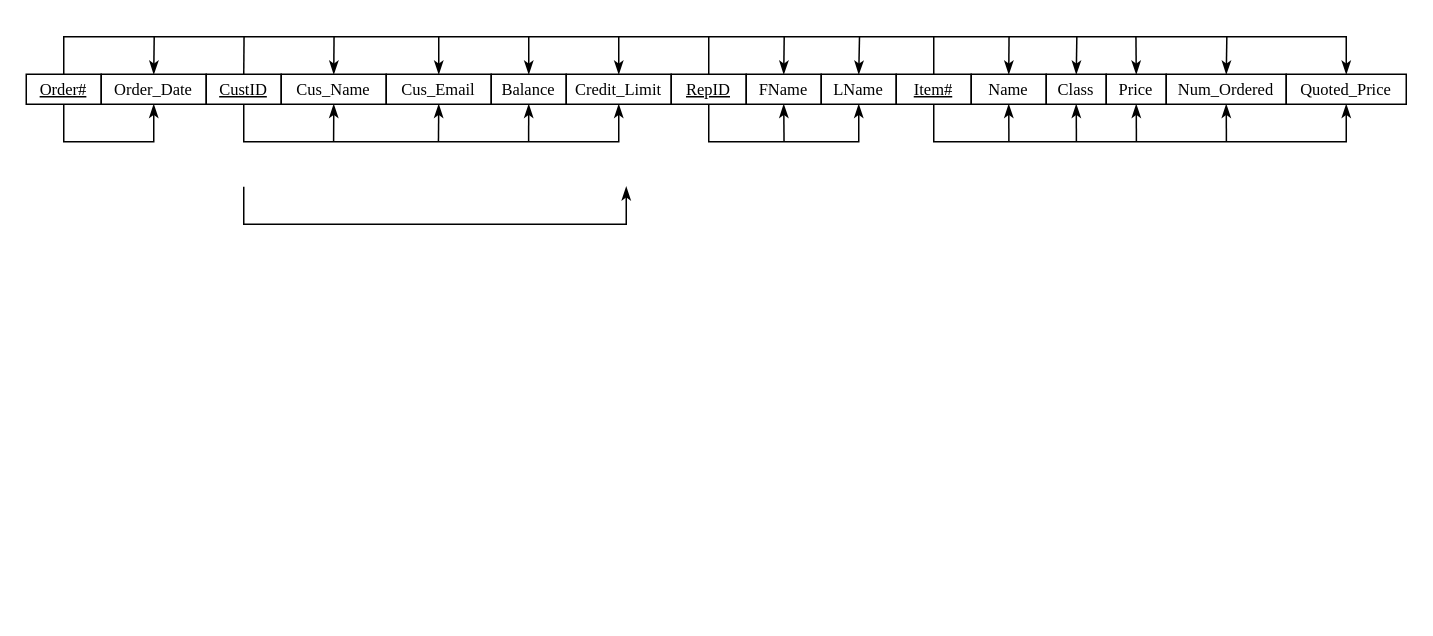
Above: DBMS_HW3.drawio in AlexZhengLiu/DBMS_ER_PICS (draw.io), before the change. Source tidied: cells renumbered, new cells numbered last; positions are measured from the earlier drawing's top-left corner, leaving out a move shared by most shapes. Both pictures are drawn from the tidied source at 150%, with x=0, y=0 at pixel (26, 36).
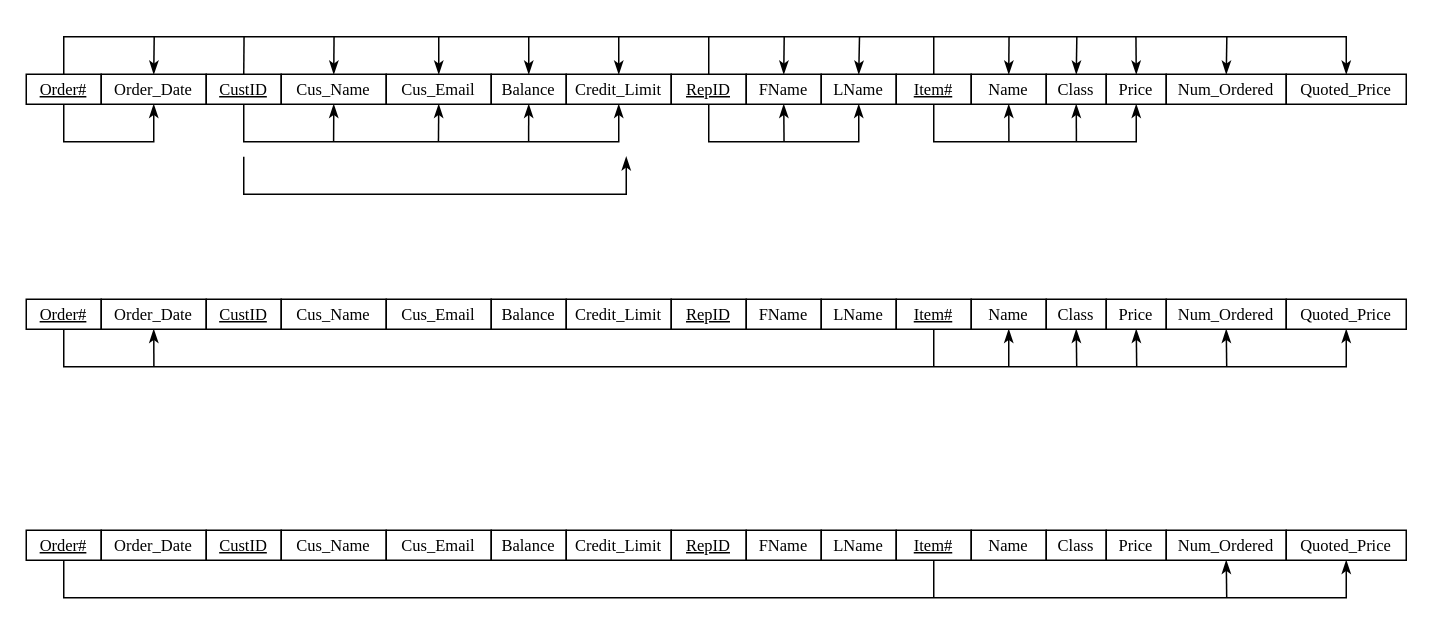
After the change.

Unchanged cells that the change refers to:
```xml
<mxCell id="4" value="&lt;font style=&quot;font-size: 11px;&quot; face=&quot;Times New Roman&quot;&gt;&lt;u&gt;Order#&lt;/u&gt;&lt;/font&gt;" style="rounded=0;whiteSpace=wrap;html=1;" parent="1" vertex="1">
  <mxGeometry y="25" width="50" height="20" as="geometry" />
</mxCell>
<mxCell id="31" value="&lt;font style=&quot;font-size: 11px;&quot; face=&quot;Times New Roman&quot;&gt;&lt;u&gt;Item#&lt;/u&gt;&lt;/font&gt;" style="rounded=0;whiteSpace=wrap;html=1;" parent="1" vertex="1">
  <mxGeometry x="580" y="25" width="50" height="20" as="geometry" />
</mxCell>
<mxCell id="40" value="&lt;font style=&quot;font-size: 11px;&quot; face=&quot;Times New Roman&quot;&gt;Price&lt;/font&gt;" style="rounded=0;whiteSpace=wrap;html=1;" parent="1" vertex="1">
  <mxGeometry x="720" y="25" width="40" height="20" as="geometry" />
</mxCell>
<mxCell id="43" value="&lt;font style=&quot;font-size: 11px;&quot; face=&quot;Times New Roman&quot;&gt;Num_Ordered&lt;/font&gt;" style="rounded=0;whiteSpace=wrap;html=1;" parent="1" vertex="1">
  <mxGeometry x="760" y="25" width="80" height="20" as="geometry" />
</mxCell>
<mxCell id="44" value="&lt;font style=&quot;font-size: 11px;&quot; face=&quot;Times New Roman&quot;&gt;Quoted_Price&lt;/font&gt;" style="rounded=0;whiteSpace=wrap;html=1;" parent="1" vertex="1">
  <mxGeometry x="840" y="25" width="80" height="20" as="geometry" />
</mxCell>
```

What changed in the source:
```diff
@@
-    <mxCell id="2" style="edgeStyle=orthogonalEdgeStyle;rounded=0;jettySize=auto;html=1;exitX=0.5;exitY=0;exitDx=0;exitDy=0;fontFamily=Times New Roman;fontSize=11;endArrow=classicThin;endFill=1;entryX=0.5;entryY=0;entryDx=0;entryDy=0;" parent="1" edge="1" source="4" target="44">
+    <mxCell id="2" style="edgeStyle=orthogonalEdgeStyle;rounded=0;jettySize=auto;html=1;exitX=0.5;exitY=0;exitDx=0;exitDy=0;fontFamily=Times New Roman;fontSize=11;endArrow=classicThin;endFill=1;entryX=0.5;entryY=0;entryDx=0;entryDy=0;startArrow=none;startFill=0;" parent="1" edge="1" source="4" target="44">
       <mxGeometry relative="1" as="geometry">
         <Array as="points">
           <mxPoint x="25" />
           <mxPoint x="880" />
         </Array>
       </mxGeometry>
     </mxCell>
@@
-    <mxCell id="30" style="edgeStyle=orthogonalEdgeStyle;rounded=0;jettySize=auto;html=1;exitX=0.5;exitY=1;exitDx=0;exitDy=0;entryX=0.5;entryY=1;entryDx=0;entryDy=0;fontFamily=Times New Roman;fontSize=11;startArrow=none;startFill=0;endArrow=classicThin;endFill=1;" parent="1" edge="1" source="31" target="44">
-      <mxGeometry relative="1" as="geometry">
-        <Array as="points">
-          <mxPoint x="605" y="70" />
-          <mxPoint x="880" y="70" />
-        </Array>
-      </mxGeometry>
-    </mxCell>
+    <mxCell id="46" style="edgeStyle=orthogonalEdgeStyle;rounded=0;jettySize=auto;html=1;exitX=0.5;exitY=1;exitDx=0;exitDy=0;entryX=0.5;entryY=1;entryDx=0;entryDy=0;fontFamily=Times New Roman;fontSize=11;startArrow=none;startFill=0;endArrow=classicThin;endFill=1;" parent="1" edge="1" source="31" target="40">
+      <mxGeometry relative="1" as="geometry">
+        <Array as="points">
+          <mxPoint x="605" y="70" />
+          <mxPoint x="740" y="70" />
+        </Array>
+      </mxGeometry>
+    </mxCell>
@@
-    <mxCell id="39" style="edgeStyle=orthogonalEdgeStyle;rounded=0;jettySize=auto;html=1;exitX=0.5;exitY=1;exitDx=0;exitDy=0;fontFamily=Times New Roman;fontSize=11;startArrow=classicThin;startFill=1;endArrow=none;endFill=0;" parent="1" edge="1" source="40">
-      <mxGeometry relative="1" as="geometry">
-        <mxPoint x="740.1" y="70" as="targetPoint" />
-      </mxGeometry>
-    </mxCell>
@@
-    <mxCell id="42" style="edgeStyle=orthogonalEdgeStyle;rounded=0;jettySize=auto;html=1;exitX=0.5;exitY=1;exitDx=0;exitDy=0;fontFamily=Times New Roman;fontSize=11;startArrow=classicThin;startFill=1;endArrow=none;endFill=0;" parent="1" edge="1" source="43">
-      <mxGeometry relative="1" as="geometry">
-        <mxPoint x="800.1" y="70" as="targetPoint" />
-      </mxGeometry>
-    </mxCell>
@@
     <mxCell id="45" style="edgeStyle=orthogonalEdgeStyle;rounded=0;orthogonalLoop=1;jettySize=auto;html=1;fontFamily=Times New Roman;fontSize=11;startArrow=none;startFill=0;endArrow=classicThin;endFill=1;" parent="1" edge="1">
       <mxGeometry relative="1" as="geometry">
-        <mxPoint x="145" y="100" as="sourcePoint" />
-        <mxPoint x="400" y="100" as="targetPoint" />
+        <mxPoint x="145" y="80" as="sourcePoint" />
+        <mxPoint x="400" y="80" as="targetPoint" />
         <Array as="points">
-          <mxPoint x="145" y="125" />
-          <mxPoint x="400" y="125" />
-          <mxPoint x="400" y="100" />
+          <mxPoint x="145" y="105" />
+          <mxPoint x="400" y="105" />
+          <mxPoint x="400" y="80" />
         </Array>
       </mxGeometry>
     </mxCell>
+    <mxCell id="47" style="edgeStyle=orthogonalEdgeStyle;rounded=0;jettySize=auto;html=1;exitX=0.5;exitY=1;exitDx=0;exitDy=0;entryX=0.5;entryY=1;entryDx=0;entryDy=0;fontFamily=Times New Roman;fontSize=11;startArrow=none;startFill=0;endArrow=classicThin;endFill=1;" parent="1" edge="1" source="48" target="69">
+      <mxGeometry relative="1" as="geometry">
+        <Array as="points">
+          <mxPoint x="25" y="220" />
+          <mxPoint x="880" y="220" />
+        </Array>
+      </mxGeometry>
+    </mxCell>
+    <mxCell id="48" value="&lt;font style=&quot;font-size: 11px;&quot; face=&quot;Times New Roman&quot;&gt;&lt;u&gt;Order#&lt;/u&gt;&lt;/font&gt;" style="rounded=0;whiteSpace=wrap;html=1;" parent="1" vertex="1">
+      <mxGeometry y="175" width="50" height="20" as="geometry" />
+    </mxCell>
+    <mxCell id="49" style="edgeStyle=orthogonalEdgeStyle;rounded=0;jettySize=auto;html=1;exitX=0.5;exitY=1;exitDx=0;exitDy=0;fontFamily=Times New Roman;fontSize=11;startArrow=classicThin;startFill=1;endArrow=none;endFill=0;" parent="1" edge="1" source="50">
+      <mxGeometry relative="1" as="geometry">
+        <mxPoint x="85.1" y="220" as="targetPoint" />
+      </mxGeometry>
+    </mxCell>
+    <mxCell id="50" value="&lt;font style=&quot;font-size: 11px;&quot; face=&quot;Times New Roman&quot;&gt;Order_Date&lt;/font&gt;" style="rounded=0;whiteSpace=wrap;html=1;" parent="1" vertex="1">
+      <mxGeometry x="50" y="175" width="70" height="20" as="geometry" />
+    </mxCell>
+    <mxCell id="51" value="&lt;font style=&quot;font-size: 11px;&quot; face=&quot;Times New Roman&quot;&gt;&lt;u&gt;CustID&lt;/u&gt;&lt;/font&gt;" style="rounded=0;whiteSpace=wrap;html=1;" parent="1" vertex="1">
+      <mxGeometry x="120" y="175" width="50" height="20" as="geometry" />
+    </mxCell>
+    <mxCell id="52" value="&lt;font style=&quot;font-size: 11px;&quot; face=&quot;Times New Roman&quot;&gt;Cus_Name&lt;/font&gt;" style="rounded=0;whiteSpace=wrap;html=1;" parent="1" vertex="1">
+      <mxGeometry x="170" y="175" width="70" height="20" as="geometry" />
+    </mxCell>
+    <mxCell id="53" value="&lt;font style=&quot;font-size: 11px;&quot; face=&quot;Times New Roman&quot;&gt;Cus_Email&lt;/font&gt;" style="rounded=0;whiteSpace=wrap;html=1;" parent="1" vertex="1">
+      <mxGeometry x="240" y="175" width="70" height="20" as="geometry" />
+    </mxCell>
+    <mxCell id="54" value="&lt;font style=&quot;font-size: 11px;&quot; face=&quot;Times New Roman&quot;&gt;Balance&lt;/font&gt;" style="rounded=0;whiteSpace=wrap;html=1;" parent="1" vertex="1">
+      <mxGeometry x="310" y="175" width="50" height="20" as="geometry" />
+    </mxCell>
+    <mxCell id="55" value="&lt;font style=&quot;font-size: 11px;&quot; face=&quot;Times New Roman&quot;&gt;Credit_Limit&lt;/font&gt;" style="rounded=0;whiteSpace=wrap;html=1;" parent="1" vertex="1">
+      <mxGeometry x="360" y="175" width="70" height="20" as="geometry" />
+    </mxCell>
+    <mxCell id="56" value="&lt;font style=&quot;font-size: 11px;&quot; face=&quot;Times New Roman&quot;&gt;&lt;u&gt;RepID&lt;/u&gt;&lt;/font&gt;" style="rounded=0;whiteSpace=wrap;html=1;" parent="1" vertex="1">
+      <mxGeometry x="430" y="175" width="50" height="20" as="geometry" />
+    </mxCell>
+    <mxCell id="57" value="&lt;font style=&quot;font-size: 11px;&quot; face=&quot;Times New Roman&quot;&gt;FName&lt;/font&gt;" style="rounded=0;whiteSpace=wrap;html=1;" parent="1" vertex="1">
+      <mxGeometry x="480" y="175" width="50" height="20" as="geometry" />
+    </mxCell>
+    <mxCell id="58" value="&lt;font style=&quot;font-size: 11px;&quot; face=&quot;Times New Roman&quot;&gt;LName&lt;/font&gt;" style="rounded=0;whiteSpace=wrap;html=1;" parent="1" vertex="1">
+      <mxGeometry x="530" y="175" width="50" height="20" as="geometry" />
+    </mxCell>
+    <mxCell id="59" style="edgeStyle=orthogonalEdgeStyle;rounded=0;jettySize=auto;html=1;exitX=0.5;exitY=1;exitDx=0;exitDy=0;fontFamily=Times New Roman;fontSize=11;startArrow=none;startFill=0;endArrow=none;endFill=0;" parent="1" edge="1" source="60">
+      <mxGeometry relative="1" as="geometry">
+        <mxPoint x="605" y="220" as="targetPoint" />
+      </mxGeometry>
+    </mxCell>
+    <mxCell id="60" value="&lt;font style=&quot;font-size: 11px;&quot; face=&quot;Times New Roman&quot;&gt;&lt;u&gt;Item#&lt;/u&gt;&lt;/font&gt;" style="rounded=0;whiteSpace=wrap;html=1;" parent="1" vertex="1">
+      <mxGeometry x="580" y="175" width="50" height="20" as="geometry" />
+    </mxCell>
+    <mxCell id="61" style="edgeStyle=orthogonalEdgeStyle;rounded=0;jettySize=auto;html=1;exitX=0.5;exitY=1;exitDx=0;exitDy=0;fontFamily=Times New Roman;fontSize=11;startArrow=classicThin;startFill=1;endArrow=none;endFill=0;" parent="1" edge="1" source="62">
+      <mxGeometry relative="1" as="geometry">
+        <mxPoint x="655" y="220" as="targetPoint" />
+      </mxGeometry>
+    </mxCell>
+    <mxCell id="62" value="&lt;font style=&quot;font-size: 11px;&quot; face=&quot;Times New Roman&quot;&gt;Name&lt;/font&gt;" style="rounded=0;whiteSpace=wrap;html=1;" parent="1" vertex="1">
+      <mxGeometry x="630" y="175" width="50" height="20" as="geometry" />
+    </mxCell>
+    <mxCell id="63" style="edgeStyle=orthogonalEdgeStyle;rounded=0;jettySize=auto;html=1;exitX=0.5;exitY=1;exitDx=0;exitDy=0;fontFamily=Times New Roman;fontSize=11;startArrow=classicThin;startFill=1;endArrow=none;endFill=0;" parent="1" edge="1" source="64">
+      <mxGeometry relative="1" as="geometry">
+        <mxPoint x="700.3" y="220" as="targetPoint" />
+      </mxGeometry>
+    </mxCell>
+    <mxCell id="64" value="&lt;font style=&quot;font-size: 11px;&quot; face=&quot;Times New Roman&quot;&gt;Class&lt;/font&gt;" style="rounded=0;whiteSpace=wrap;html=1;" parent="1" vertex="1">
+      <mxGeometry x="680" y="175" width="40" height="20" as="geometry" />
+    </mxCell>
+    <mxCell id="65" style="edgeStyle=orthogonalEdgeStyle;rounded=0;jettySize=auto;html=1;exitX=0.5;exitY=1;exitDx=0;exitDy=0;fontFamily=Times New Roman;fontSize=11;startArrow=classicThin;startFill=1;endArrow=none;endFill=0;" parent="1" edge="1" source="66">
+      <mxGeometry relative="1" as="geometry">
+        <mxPoint x="740.3" y="220" as="targetPoint" />
+      </mxGeometry>
+    </mxCell>
+    <mxCell id="66" value="&lt;font style=&quot;font-size: 11px;&quot; face=&quot;Times New Roman&quot;&gt;Price&lt;/font&gt;" style="rounded=0;whiteSpace=wrap;html=1;" parent="1" vertex="1">
+      <mxGeometry x="720" y="175" width="40" height="20" as="geometry" />
+    </mxCell>
+    <mxCell id="67" style="edgeStyle=orthogonalEdgeStyle;rounded=0;jettySize=auto;html=1;exitX=0.5;exitY=1;exitDx=0;exitDy=0;fontFamily=Times New Roman;fontSize=11;startArrow=classicThin;startFill=1;endArrow=none;endFill=0;" parent="1" edge="1" source="68">
+      <mxGeometry relative="1" as="geometry">
+        <mxPoint x="800.3" y="220" as="targetPoint" />
+      </mxGeometry>
+    </mxCell>
+    <mxCell id="68" value="&lt;font style=&quot;font-size: 11px;&quot; face=&quot;Times New Roman&quot;&gt;Num_Ordered&lt;/font&gt;" style="rounded=0;whiteSpace=wrap;html=1;" parent="1" vertex="1">
+      <mxGeometry x="760" y="175" width="80" height="20" as="geometry" />
+    </mxCell>
+    <mxCell id="69" value="&lt;font style=&quot;font-size: 11px;&quot; face=&quot;Times New Roman&quot;&gt;Quoted_Price&lt;/font&gt;" style="rounded=0;whiteSpace=wrap;html=1;" parent="1" vertex="1">
+      <mxGeometry x="840" y="175" width="80" height="20" as="geometry" />
+    </mxCell>
+    <mxCell id="70" style="edgeStyle=orthogonalEdgeStyle;rounded=0;jettySize=auto;html=1;exitX=0.5;exitY=1;exitDx=0;exitDy=0;entryX=0.5;entryY=1;entryDx=0;entryDy=0;fontFamily=Times New Roman;fontSize=11;startArrow=none;startFill=0;endArrow=classicThin;endFill=1;" parent="1" edge="1" source="71" target="88">
+      <mxGeometry relative="1" as="geometry">
+        <Array as="points">
+          <mxPoint x="25" y="374" />
+          <mxPoint x="880" y="374" />
+        </Array>
+      </mxGeometry>
+    </mxCell>
+    <mxCell id="71" value="&lt;font style=&quot;font-size: 11px;&quot; face=&quot;Times New Roman&quot;&gt;&lt;u&gt;Order#&lt;/u&gt;&lt;/font&gt;" style="rounded=0;whiteSpace=wrap;html=1;" parent="1" vertex="1">
+      <mxGeometry y="329" width="50" height="20" as="geometry" />
+    </mxCell>
+    <mxCell id="72" value="&lt;font style=&quot;font-size: 11px;&quot; face=&quot;Times New Roman&quot;&gt;Order_Date&lt;/font&gt;" style="rounded=0;whiteSpace=wrap;html=1;" parent="1" vertex="1">
+      <mxGeometry x="50" y="329" width="70" height="20" as="geometry" />
+    </mxCell>
+    <mxCell id="73" value="&lt;font style=&quot;font-size: 11px;&quot; face=&quot;Times New Roman&quot;&gt;&lt;u&gt;CustID&lt;/u&gt;&lt;/font&gt;" style="rounded=0;whiteSpace=wrap;html=1;" parent="1" vertex="1">
+      <mxGeometry x="120" y="329" width="50" height="20" as="geometry" />
+    </mxCell>
+    <mxCell id="74" value="&lt;font style=&quot;font-size: 11px;&quot; face=&quot;Times New Roman&quot;&gt;Cus_Name&lt;/font&gt;" style="rounded=0;whiteSpace=wrap;html=1;" parent="1" vertex="1">
+      <mxGeometry x="170" y="329" width="70" height="20" as="geometry" />
+    </mxCell>
+    <mxCell id="75" value="&lt;font style=&quot;font-size: 11px;&quot; face=&quot;Times New Roman&quot;&gt;Cus_Email&lt;/font&gt;" style="rounded=0;whiteSpace=wrap;html=1;" parent="1" vertex="1">
+      <mxGeometry x="240" y="329" width="70" height="20" as="geometry" />
+    </mxCell>
+    <mxCell id="76" value="&lt;font style=&quot;font-size: 11px;&quot; face=&quot;Times New Roman&quot;&gt;Balance&lt;/font&gt;" style="rounded=0;whiteSpace=wrap;html=1;" parent="1" vertex="1">
+      <mxGeometry x="310" y="329" width="50" height="20" as="geometry" />
+    </mxCell>
+    <mxCell id="77" value="&lt;font style=&quot;font-size: 11px;&quot; face=&quot;Times New Roman&quot;&gt;Credit_Limit&lt;/font&gt;" style="rounded=0;whiteSpace=wrap;html=1;" parent="1" vertex="1">
+      <mxGeometry x="360" y="329" width="70" height="20" as="geometry" />
+    </mxCell>
+    <mxCell id="78" value="&lt;font style=&quot;font-size: 11px;&quot; face=&quot;Times New Roman&quot;&gt;&lt;u&gt;RepID&lt;/u&gt;&lt;/font&gt;" style="rounded=0;whiteSpace=wrap;html=1;" parent="1" vertex="1">
+      <mxGeometry x="430" y="329" width="50" height="20" as="geometry" />
+    </mxCell>
+    <mxCell id="79" value="&lt;font style=&quot;font-size: 11px;&quot; face=&quot;Times New Roman&quot;&gt;FName&lt;/font&gt;" style="rounded=0;whiteSpace=wrap;html=1;" parent="1" vertex="1">
+      <mxGeometry x="480" y="329" width="50" height="20" as="geometry" />
+    </mxCell>
+    <mxCell id="80" value="&lt;font style=&quot;font-size: 11px;&quot; face=&quot;Times New Roman&quot;&gt;LName&lt;/font&gt;" style="rounded=0;whiteSpace=wrap;html=1;" parent="1" vertex="1">
+      <mxGeometry x="530" y="329" width="50" height="20" as="geometry" />
+    </mxCell>
+    <mxCell id="81" style="edgeStyle=orthogonalEdgeStyle;rounded=0;jettySize=auto;html=1;exitX=0.5;exitY=1;exitDx=0;exitDy=0;fontFamily=Times New Roman;fontSize=11;startArrow=none;startFill=0;endArrow=none;endFill=0;" parent="1" edge="1" source="82">
+      <mxGeometry relative="1" as="geometry">
+        <mxPoint x="605" y="374" as="targetPoint" />
+      </mxGeometry>
+    </mxCell>
+    <mxCell id="82" value="&lt;font style=&quot;font-size: 11px;&quot; face=&quot;Times New Roman&quot;&gt;&lt;u&gt;Item#&lt;/u&gt;&lt;/font&gt;" style="rounded=0;whiteSpace=wrap;html=1;" parent="1" vertex="1">
+      <mxGeometry x="580" y="329" width="50" height="20" as="geometry" />
+    </mxCell>
+    <mxCell id="83" value="&lt;font style=&quot;font-size: 11px;&quot; face=&quot;Times New Roman&quot;&gt;Name&lt;/font&gt;" style="rounded=0;whiteSpace=wrap;html=1;" parent="1" vertex="1">
+      <mxGeometry x="630" y="329" width="50" height="20" as="geometry" />
+    </mxCell>
+    <mxCell id="84" value="&lt;font style=&quot;font-size: 11px;&quot; face=&quot;Times New Roman&quot;&gt;Class&lt;/font&gt;" style="rounded=0;whiteSpace=wrap;html=1;" parent="1" vertex="1">
+      <mxGeometry x="680" y="329" width="40" height="20" as="geometry" />
+    </mxCell>
+    <mxCell id="85" value="&lt;font style=&quot;font-size: 11px;&quot; face=&quot;Times New Roman&quot;&gt;Price&lt;/font&gt;" style="rounded=0;whiteSpace=wrap;html=1;" parent="1" vertex="1">
+      <mxGeometry x="720" y="329" width="40" height="20" as="geometry" />
+    </mxCell>
+    <mxCell id="86" style="edgeStyle=orthogonalEdgeStyle;rounded=0;jettySize=auto;html=1;exitX=0.5;exitY=1;exitDx=0;exitDy=0;fontFamily=Times New Roman;fontSize=11;startArrow=classicThin;startFill=1;endArrow=none;endFill=0;" parent="1" edge="1" source="87">
+      <mxGeometry relative="1" as="geometry">
+        <mxPoint x="800.3" y="374" as="targetPoint" />
+      </mxGeometry>
+    </mxCell>
+    <mxCell id="87" value="&lt;font style=&quot;font-size: 11px;&quot; face=&quot;Times New Roman&quot;&gt;Num_Ordered&lt;/font&gt;" style="rounded=0;whiteSpace=wrap;html=1;" parent="1" vertex="1">
+      <mxGeometry x="760" y="329" width="80" height="20" as="geometry" />
+    </mxCell>
+    <mxCell id="88" value="&lt;font style=&quot;font-size: 11px;&quot; face=&quot;Times New Roman&quot;&gt;Quoted_Price&lt;/font&gt;" style="rounded=0;whiteSpace=wrap;html=1;" parent="1" vertex="1">
+      <mxGeometry x="840" y="329" width="80" height="20" as="geometry" />
+    </mxCell>
```
